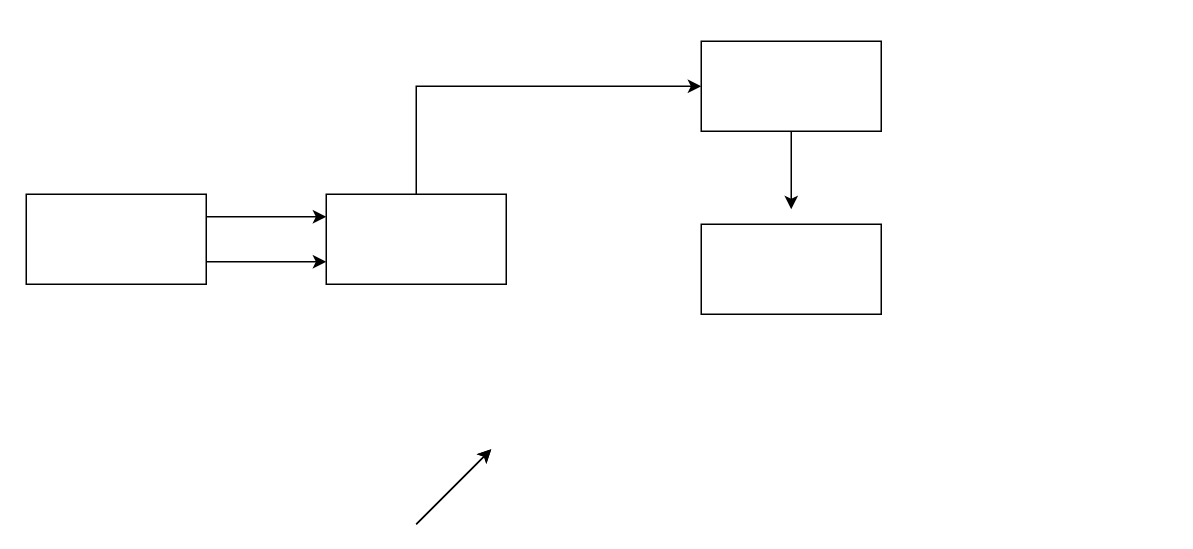
Earlier version of the draw.io diagram Untitled Diagram.drawio (mhasnain5924117/mhasnain5924117.github.io). Source tidied: cells renumbered, new cells numbered last; positions are measured from the earlier drawing's top-left corner, leaving out a move shared by most shapes. Both pictures are drawn from the tidied source at 150%, with x=0, y=0 at pixel (26, 40).
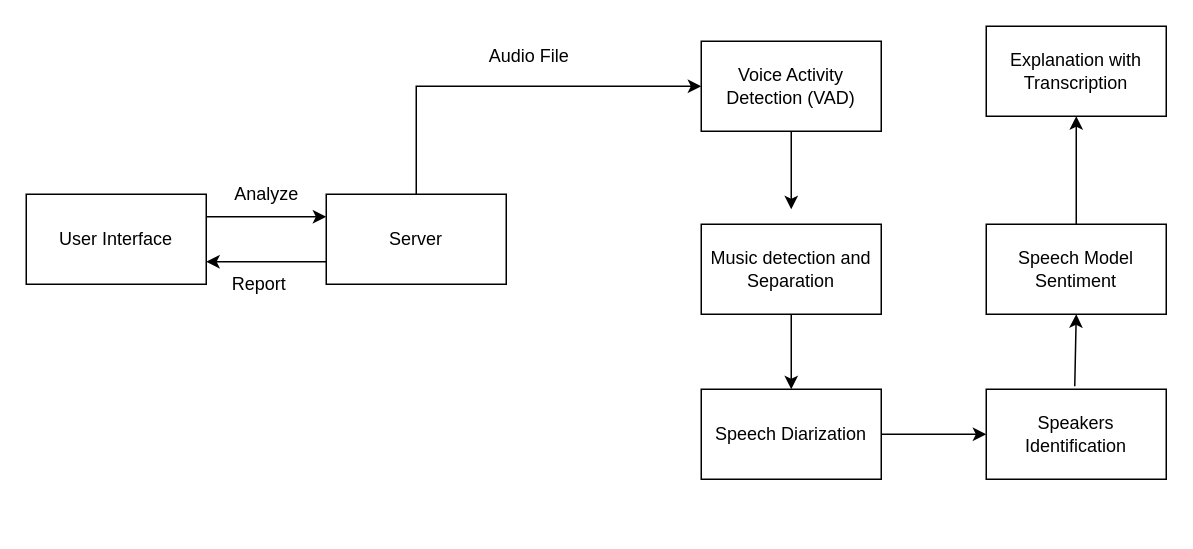
After the change.

What changed in the source:
```diff
@@
-    <mxCell id="3" style="edgeStyle=orthogonalEdgeStyle;rounded=0;jettySize=auto;html=1;exitX=1;exitY=0.75;exitDx=0;exitDy=0;" parent="1" edge="1" source="4" target="7">
-      <mxGeometry relative="1" as="geometry">
-        <Array as="points">
-          <mxPoint x="170" y="147" />
-          <mxPoint x="170" y="147" />
-        </Array>
-      </mxGeometry>
+    <mxCell id="3" style="edgeStyle=orthogonalEdgeStyle;rounded=0;jettySize=auto;html=1;exitX=0;exitY=0.75;exitDx=0;exitDy=0;entryX=1;entryY=0.75;entryDx=0;entryDy=0;" parent="1" edge="1" source="7" target="4">
+      <mxGeometry relative="1" as="geometry" />
     </mxCell>
-    <mxCell id="4" style="rounded=0;whiteSpace=wrap;html=1;" parent="1" vertex="1">
+    <mxCell id="4" value="User Interface" style="rounded=0;whiteSpace=wrap;html=1;" parent="1" vertex="1">
       <mxGeometry y="102" width="120" height="60" as="geometry" />
     </mxCell>
-    <mxCell id="5" style="endArrow=classic;html=1;rounded=0;" parent="1" edge="1">
+    <mxCell id="5" style="endArrow=classic;html=1;rounded=0;exitX=1;exitY=0.5;exitDx=0;exitDy=0;" parent="1" edge="1" source="12">
       <mxGeometry relative="1" as="geometry">
-        <mxPoint x="260" y="322" as="sourcePoint" />
-        <mxPoint x="310" y="272" as="targetPoint" />
+        <mxPoint x="640" y="262" as="targetPoint" />
       </mxGeometry>
     </mxCell>
@@
-    <mxCell id="7" style="rounded=0;whiteSpace=wrap;html=1;" parent="1" vertex="1">
+    <mxCell id="7" value="Server" style="rounded=0;whiteSpace=wrap;html=1;" parent="1" vertex="1">
       <mxGeometry x="200" y="102" width="120" height="60" as="geometry" />
     </mxCell>
-    <mxCell id="8" style="endArrow=classic;html=1;rounded=0;" parent="1" edge="1">
-      <mxGeometry relative="1" as="geometry">
-        <mxPoint x="260" y="322" as="sourcePoint" />
-        <mxPoint x="310" y="272" as="targetPoint" />
-      </mxGeometry>
+    <mxCell id="8" style="endArrow=classic;html=1;rounded=0;exitX=0.5;exitY=1;exitDx=0;exitDy=0;" parent="1" edge="1" source="11" target="12">
+      <mxGeometry relative="1" as="geometry" />
     </mxCell>
@@
-    <mxCell id="10" style="rounded=0;whiteSpace=wrap;html=1;" parent="1" vertex="1">
+    <mxCell id="10" value="Voice Activity Detection (VAD)" style="rounded=0;whiteSpace=wrap;html=1;" parent="1" vertex="1">
       <mxGeometry x="450" width="120" height="60" as="geometry" />
     </mxCell>
-    <mxCell id="11" style="rounded=0;whiteSpace=wrap;html=1;" parent="1" vertex="1">
+    <mxCell id="11" value="Music detection and Separation" style="rounded=0;whiteSpace=wrap;html=1;" parent="1" vertex="1">
       <mxGeometry x="450" y="122" width="120" height="60" as="geometry" />
     </mxCell>
+    <mxCell id="12" value="Speech Diarization" style="rounded=0;whiteSpace=wrap;html=1;" parent="1" vertex="1">
+      <mxGeometry x="450" y="232" width="120" height="60" as="geometry" />
+    </mxCell>
+    <mxCell id="13" value="Analyze" style="text;html=1;align=center;verticalAlign=middle;strokeColor=none;fillColor=none;" parent="1" vertex="1">
+      <mxGeometry x="130" y="92" width="60" height="20" as="geometry" />
+    </mxCell>
+    <mxCell id="14" value="Report" style="text;html=1;align=center;verticalAlign=middle;strokeColor=none;fillColor=none;" parent="1" vertex="1">
+      <mxGeometry x="130" y="152" width="50" height="20" as="geometry" />
+    </mxCell>
+    <mxCell id="15" value="Speakers Identification" style="rounded=0;whiteSpace=wrap;html=1;" parent="1" vertex="1">
+      <mxGeometry x="640" y="232" width="120" height="60" as="geometry" />
+    </mxCell>
+    <mxCell id="16" value="Speech Model Sentiment" style="rounded=0;whiteSpace=wrap;html=1;" parent="1" vertex="1">
+      <mxGeometry x="640" y="122" width="120" height="60" as="geometry" />
+    </mxCell>
+    <mxCell id="17" value="Explanation with Transcription" style="rounded=0;whiteSpace=wrap;html=1;" parent="1" vertex="1">
+      <mxGeometry x="640" y="-10" width="120" height="60" as="geometry" />
+    </mxCell>
+    <mxCell id="18" style="endArrow=classic;html=1;rounded=0;entryX=0.5;entryY=1;entryDx=0;entryDy=0;" parent="1" edge="1" target="17">
+      <mxGeometry relative="1" as="geometry">
+        <mxPoint x="700" y="122" as="sourcePoint" />
+      </mxGeometry>
+    </mxCell>
+    <mxCell id="19" style="endArrow=classic;html=1;rounded=0;entryX=0.5;entryY=1;entryDx=0;entryDy=0;" parent="1" edge="1" target="16">
+      <mxGeometry relative="1" as="geometry">
+        <mxPoint x="699" y="230" as="sourcePoint" />
+      </mxGeometry>
+    </mxCell>
+    <mxCell id="20" value="Audio File" style="text;html=1;align=center;verticalAlign=middle;strokeColor=none;fillColor=none;" parent="1" vertex="1">
+      <mxGeometry x="300" width="70" height="20" as="geometry" />
+    </mxCell>
```
